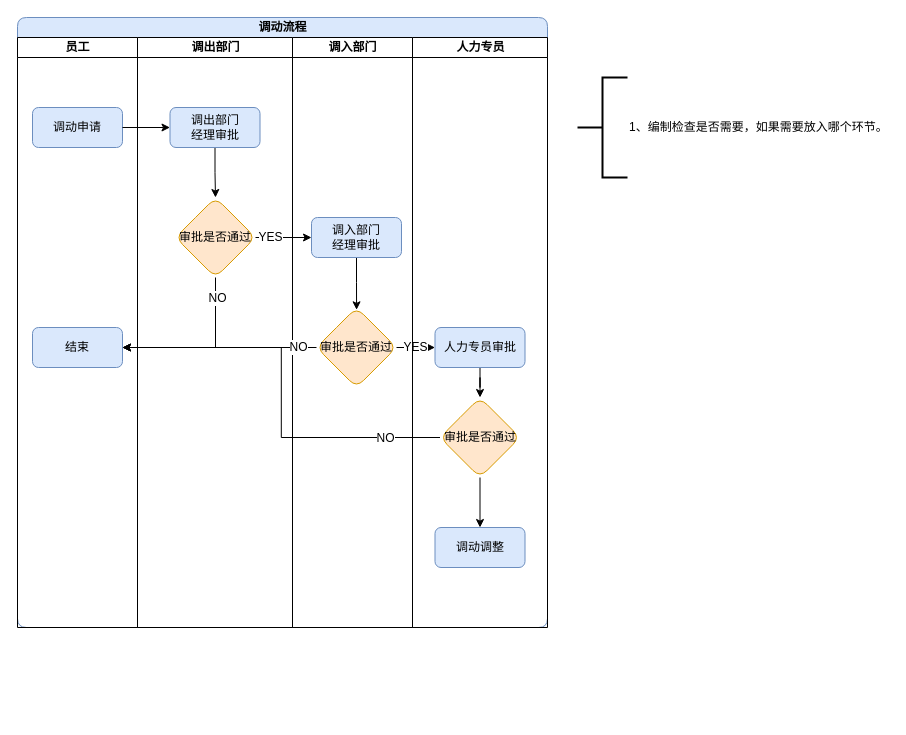
Earlier version of the draw.io diagram page "调动流程" (5 of 9) of humanresource1.drawio (janzhou123/mydraw). Source tidied: cells renumbered, new cells numbered last; positions are measured from the earlier drawing's top-left corner, leaving out a move shared by most shapes. Both pictures are drawn from the tidied source at 100%, with x=0, y=0 at pixel (17, 17).
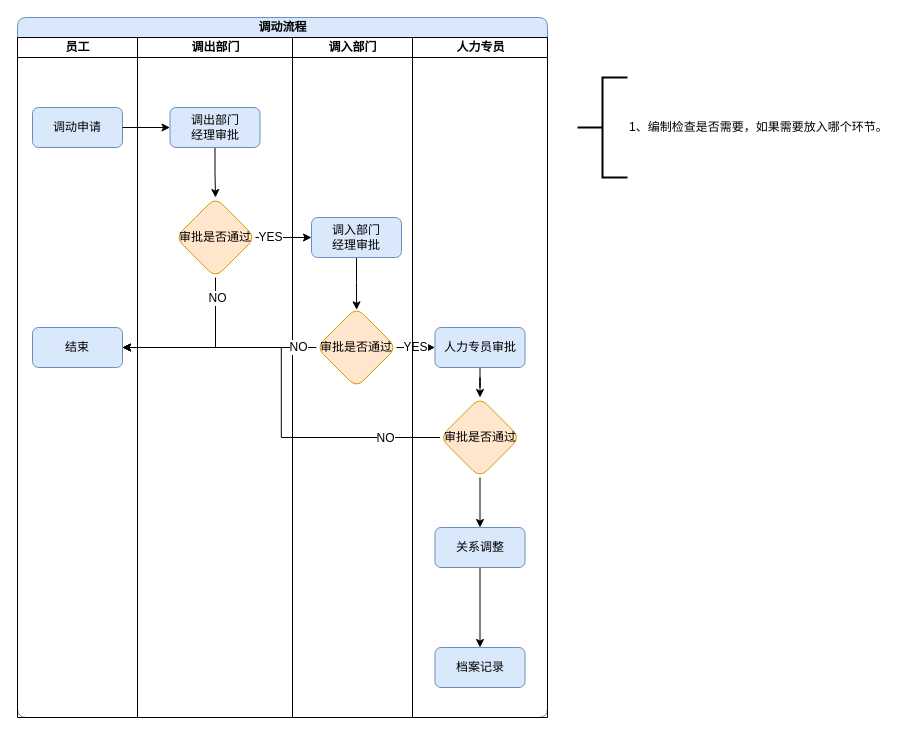
After the change.

Change to the diagram source:
```diff
@@
     <mxCell id="2" value="调动流程" style="swimlane;html=1;startSize=20;rounded=1;shadow=0;glass=0;comic=0;fillColor=#dae8fc;strokeColor=#6c8ebf;" parent="1" vertex="1">
-      <mxGeometry width="530" height="610" as="geometry" />
+      <mxGeometry width="530" height="700" as="geometry" />
     </mxCell>
     <mxCell id="3" value="员工" style="swimlane;html=1;startSize=20;" parent="2" vertex="1">
-      <mxGeometry y="20" width="120" height="590" as="geometry" />
+      <mxGeometry y="20" width="120" height="680" as="geometry" />
     </mxCell>
@@
     <mxCell id="6" value="调出部门" style="swimlane;html=1;startSize=20;" parent="2" vertex="1">
-      <mxGeometry x="120" y="20" width="155" height="590" as="geometry" />
+      <mxGeometry x="120" y="20" width="155" height="680" as="geometry" />
     </mxCell>
@@
     <mxCell id="10" value="调入部门" style="swimlane;html=1;startSize=20;" parent="2" vertex="1">
-      <mxGeometry x="275" y="20" width="120" height="590" as="geometry" />
+      <mxGeometry x="275" y="20" width="120" height="680" as="geometry" />
     </mxCell>
@@
     <mxCell id="23" value="人力专员" style="swimlane;html=1;startSize=20;" parent="2" vertex="1">
-      <mxGeometry x="395" y="20" width="135" height="590" as="geometry" />
+      <mxGeometry x="395" y="20" width="135" height="680" as="geometry" />
     </mxCell>
@@
+    <mxCell id="32" style="edgeStyle=orthogonalEdgeStyle;rounded=0;jettySize=auto;html=1;" parent="23" edge="1" source="26" target="33">
+      <mxGeometry relative="1" as="geometry" />
+    </mxCell>
-    <mxCell id="26" value="调动调整" style="rounded=1;whiteSpace=wrap;html=1;shadow=0;glass=0;comic=0;fillColor=#dae8fc;strokeColor=#6c8ebf;" parent="23" vertex="1">
+    <mxCell id="26" value="关系调整" style="rounded=1;whiteSpace=wrap;html=1;shadow=0;glass=0;comic=0;fillColor=#dae8fc;strokeColor=#6c8ebf;" parent="23" vertex="1">
       <mxGeometry x="22.5" y="490" width="90" height="40" as="geometry" />
     </mxCell>
+    <mxCell id="33" value="档案记录" style="rounded=1;whiteSpace=wrap;html=1;shadow=0;glass=0;comic=0;fillColor=#dae8fc;strokeColor=#6c8ebf;" parent="23" vertex="1">
+      <mxGeometry x="22.5" y="610" width="90" height="40" as="geometry" />
+    </mxCell>
```
